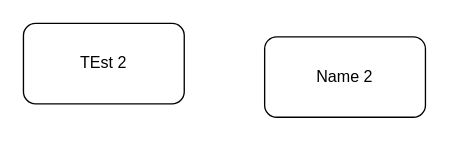
The draw.io diagram Untitled Diagram.drawio in billy-pilger/quickstart-drupal, before the edit. Source tidied: cells renumbered, new cells numbered last; positions are measured from the earlier drawing's top-left corner, leaving out a move shared by most shapes. Both pictures are drawn from the tidied source at 134%, with x=0, y=0 at pixel (23, 23).
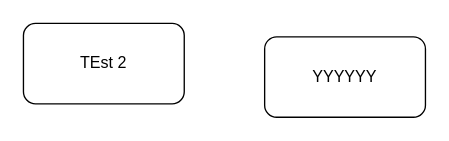
The same page after the edit.

The edit, as a diff of the source:
```diff
@@
 <mxGraphModel>
   <root>
     <mxCell id="0" />
     <mxCell id="1" parent="0" />
     <mxCell id="2" value="TEst 2" style="rounded=1;whiteSpace=wrap;html=1;" parent="1" vertex="1">
       <mxGeometry width="120" height="60" as="geometry" />
     </mxCell>
-    <mxCell id="3" value="Name 2" style="rounded=1;whiteSpace=wrap;html=1;" parent="1" vertex="1">
+    <mxCell id="3" value="YYYYYY" style="rounded=1;whiteSpace=wrap;html=1;" parent="1" vertex="1">
       <mxGeometry x="180" y="10" width="120" height="60" as="geometry" />
     </mxCell>
   </root>
 </mxGraphModel>
```
